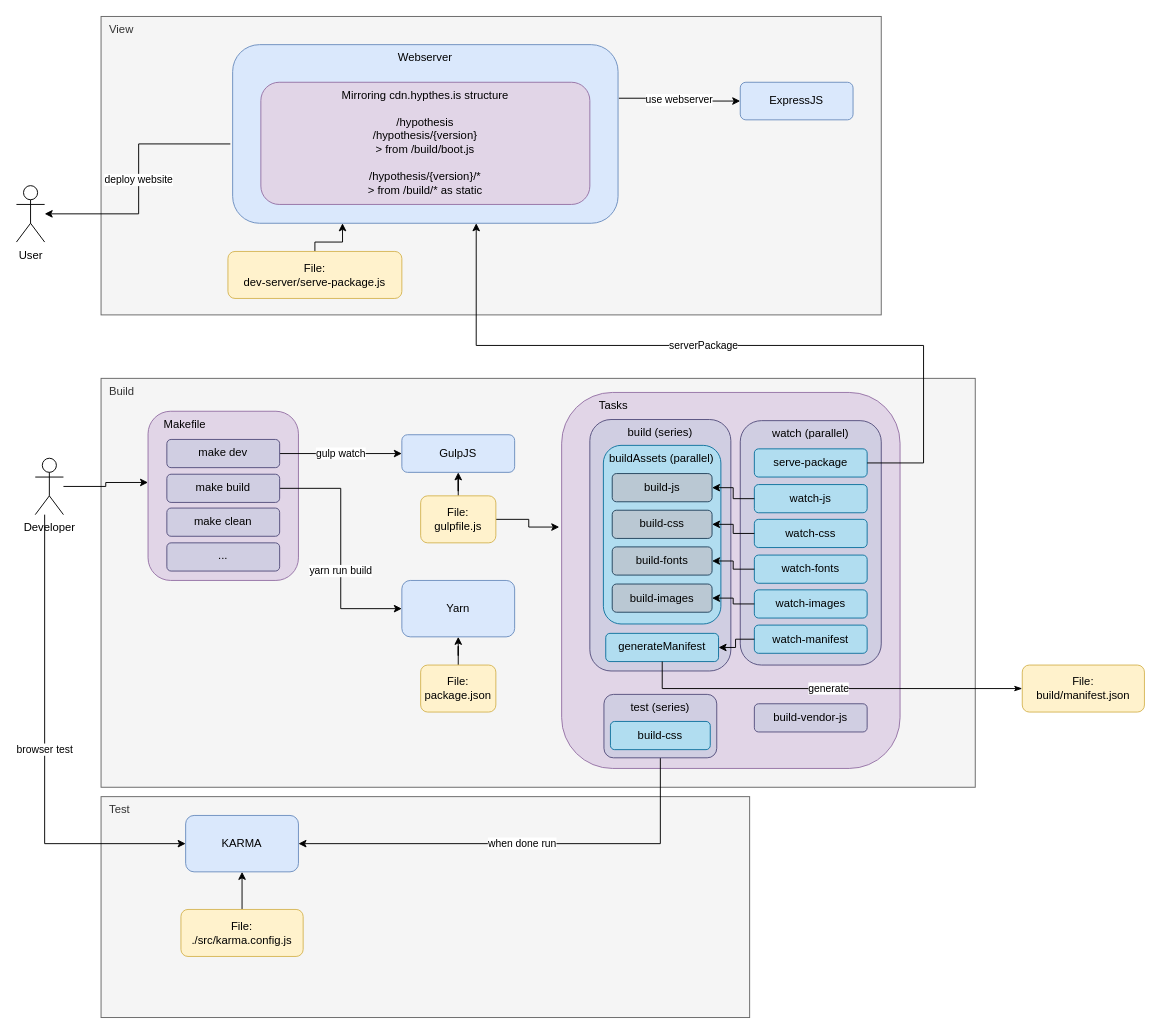
This is page "Hypothesis Client" (2 of 3) of content-server/docs/architecture.drawio from UKPLab/CARE, a draw.io file, before an edit. Source tidied: cells renumbered, new cells numbered last; positions are measured from the earlier drawing's top-left corner, leaving out a move shared by most shapes. Both pictures are drawn from the tidied source at 94%, with x=0, y=0 at pixel (16, 16).
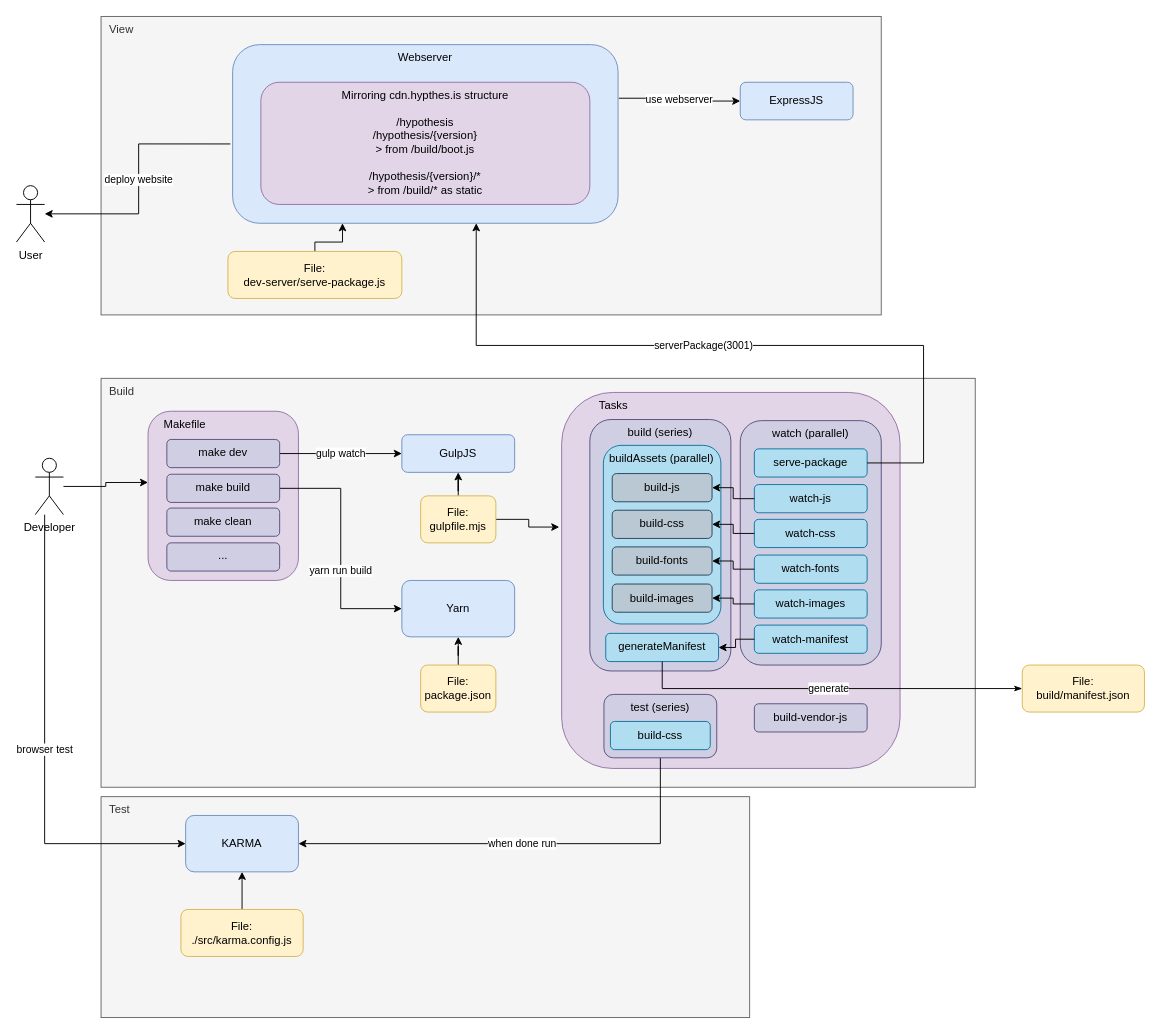
The same page after the edit.

Unchanged cells that the change refers to:
```xml
<mxCell id="8" value="Webserver" style="rounded=1;whiteSpace=wrap;html=1;fillColor=#dae8fc;strokeColor=#6c8ebf;verticalAlign=top;" parent="1" vertex="1">
  <mxGeometry x="230" y="30" width="410" height="190" as="geometry" />
</mxCell>
<mxCell id="37" value="serve-package" style="rounded=1;whiteSpace=wrap;html=1;align=center;verticalAlign=middle;fillColor=#b1ddf0;strokeColor=#10739e;" parent="32" vertex="1">
  <mxGeometry x="15" y="30" width="120" height="30" as="geometry" />
</mxCell>
```

The edit, as a diff of the source:
```diff
@@
-    <mxCell id="26" value="File:&lt;br&gt;gulpfile.js" style="whiteSpace=wrap;html=1;rounded=1;align=center;verticalAlign=middle;fillColor=#fff2cc;strokeColor=#d6b656;" parent="1" vertex="1">
+    <mxCell id="26" value="File:&lt;br&gt;gulpfile.mjs" style="whiteSpace=wrap;html=1;rounded=1;align=center;verticalAlign=middle;fillColor=#fff2cc;strokeColor=#d6b656;" parent="1" vertex="1">
       <mxGeometry x="430" y="510" width="80" height="50" as="geometry" />
     </mxCell>
@@
-    <mxCell id="51" value="serverPackage" style="edgeStyle=orthogonalEdgeStyle;rounded=0;jettySize=auto;html=1;entryX=0.632;entryY=1;entryDx=0;entryDy=0;entryPerimeter=0;" parent="1" edge="1" source="37" target="8">
+    <mxCell id="51" value="serverPackage(3001)" style="edgeStyle=orthogonalEdgeStyle;rounded=0;jettySize=auto;html=1;entryX=0.632;entryY=1;entryDx=0;entryDy=0;entryPerimeter=0;" parent="1" edge="1" source="37" target="8">
       <mxGeometry x="0.06" relative="1" as="geometry">
         <Array as="points">
           <mxPoint x="965" y="475" />
           <mxPoint x="965" y="350" />
           <mxPoint x="489" y="350" />
         </Array>
       </mxGeometry>
     </mxCell>
```
